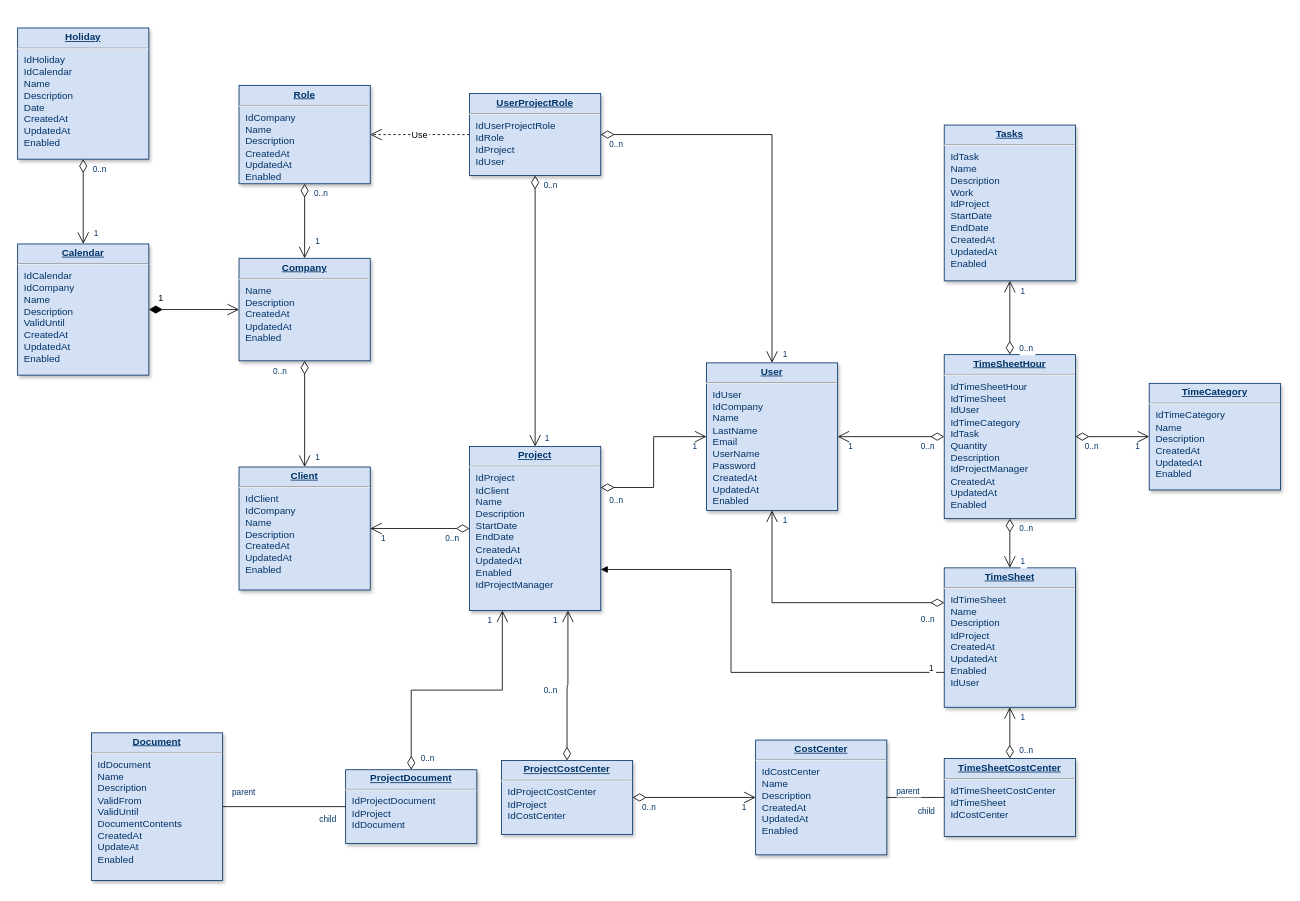
Above: subscription-system/Claudio Ricardo show ERD.drawio in felipe-campanhol/Node-React (draw.io), before the change. Source tidied: cells renumbered, new cells numbered last; positions are measured from the earlier drawing's top-left corner, leaving out a move shared by most shapes. Both pictures are drawn from the tidied source at 82%, with x=0, y=0 at pixel (17, 28).
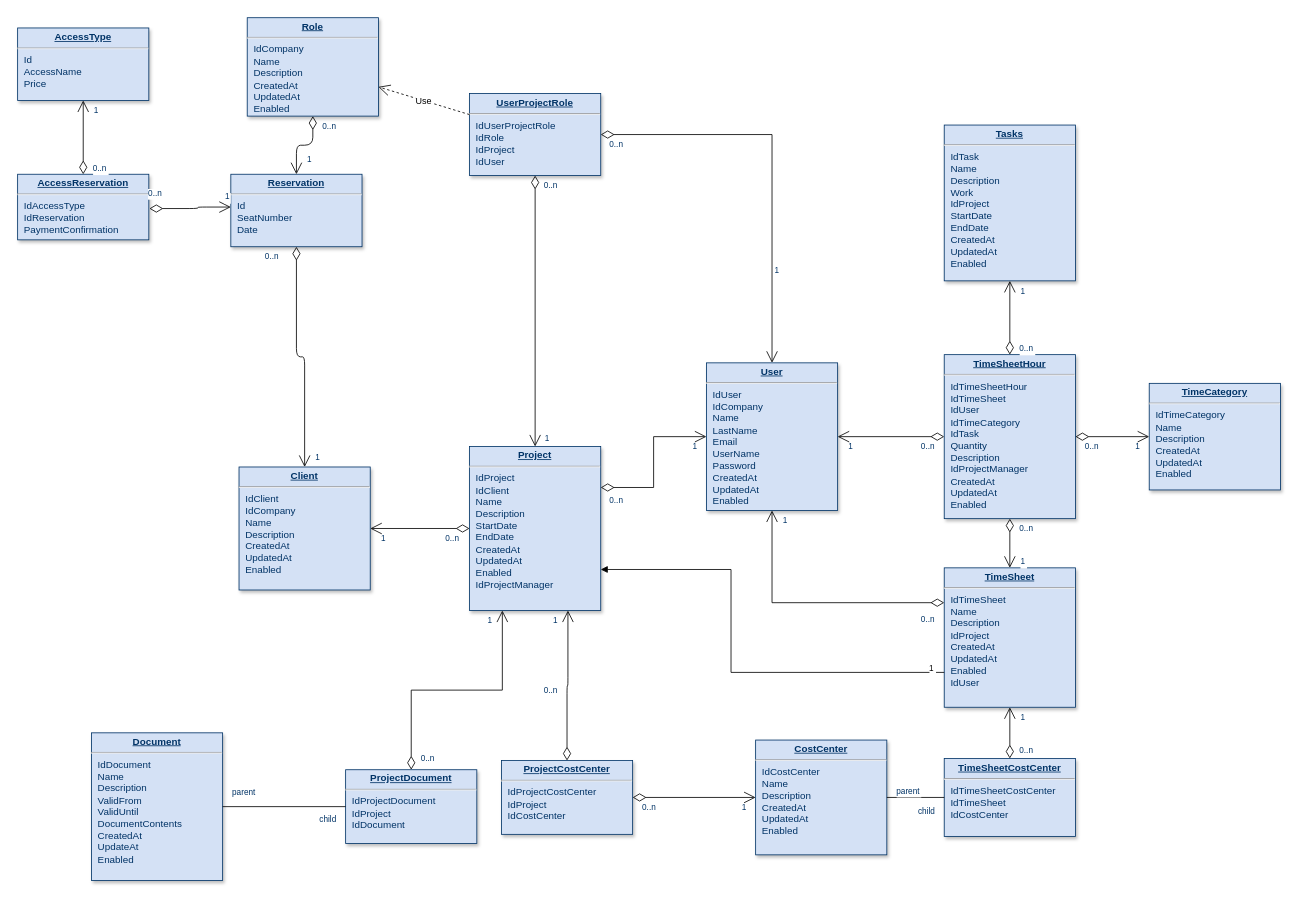
Above is the later version.

Unchanged cells that the change refers to:
```xml
<mxCell id="22" style="endArrow=open;endSize=12;startArrow=diamondThin;startSize=14;startFill=0;edgeStyle=orthogonalEdgeStyle;rounded=0;" parent="1" edge="1" source="6" target="5">
  <mxGeometry x="519.4" y="180" as="geometry" />
</mxCell>
```

Change to the diagram source:
```diff
@@
     <mxCell id="2" value="&lt;p style=&quot;margin: 0px; margin-top: 4px; text-align: center; text-decoration: underline;&quot;&gt;&lt;strong&gt;Role&lt;/strong&gt;&lt;/p&gt;&lt;hr /&gt;&lt;p style=&quot;margin: 0px; margin-left: 8px;&quot;&gt;IdCompany&lt;br /&gt;Name&lt;/p&gt;&lt;p style=&quot;margin: 0px; margin-left: 8px;&quot;&gt;Description&lt;/p&gt;&lt;p style=&quot;margin: 0px; margin-left: 8px;&quot;&gt;CreatedAt&lt;/p&gt;&lt;p style=&quot;margin: 0px; margin-left: 8px;&quot;&gt;UpdatedAt&lt;/p&gt;&lt;p style=&quot;margin: 0px; margin-left: 8px;&quot;&gt;Enabled&lt;/p&gt;" style="verticalAlign=top;align=left;overflow=fill;fontSize=12;fontFamily=Helvetica;html=1;strokeColor=#003366;shadow=1;fillColor=#D4E1F5;fontColor=#003366;" parent="1" vertex="1">
-      <mxGeometry x="270" y="69.6" width="160" height="120" as="geometry" />
+      <mxGeometry x="280" y="-12.9" width="160" height="120" as="geometry" />
     </mxCell>
-    <mxCell id="3" value="&lt;p style=&quot;margin: 0px; margin-top: 4px; text-align: center; text-decoration: underline;&quot;&gt;&lt;strong&gt;Company&lt;/strong&gt;&lt;/p&gt;&lt;hr /&gt;&lt;p style=&quot;margin: 0px; margin-left: 8px;&quot;&gt;Name&lt;/p&gt;&lt;p style=&quot;margin: 0px; margin-left: 8px;&quot;&gt;Description&lt;/p&gt;&lt;p style=&quot;margin: 0px; margin-left: 8px;&quot;&gt;CreatedAt&lt;/p&gt;&lt;p style=&quot;margin: 0px; margin-left: 8px;&quot;&gt;UpdatedAt&lt;/p&gt;&lt;p style=&quot;margin: 0px; margin-left: 8px;&quot;&gt;Enabled&lt;/p&gt;" style="verticalAlign=top;align=left;overflow=fill;fontSize=12;fontFamily=Helvetica;html=1;strokeColor=#003366;shadow=1;fillColor=#D4E1F5;fontColor=#003366;" parent="1" vertex="1">
-      <mxGeometry x="270" y="280.5" width="160" height="125" as="geometry" />
+    <mxCell id="3" value="&lt;p style=&quot;margin: 0px ; margin-top: 4px ; text-align: center ; text-decoration: underline&quot;&gt;&lt;strong&gt;Reservation&lt;/strong&gt;&lt;/p&gt;&lt;hr&gt;&lt;p style=&quot;margin: 0px ; margin-left: 8px&quot;&gt;Id&lt;/p&gt;&lt;p style=&quot;margin: 0px ; margin-left: 8px&quot;&gt;SeatNumber&lt;/p&gt;&lt;p style=&quot;margin: 0px ; margin-left: 8px&quot;&gt;Date&lt;/p&gt;" style="verticalAlign=top;align=left;overflow=fill;fontSize=12;fontFamily=Helvetica;html=1;strokeColor=#003366;shadow=1;fillColor=#D4E1F5;fontColor=#003366;" parent="1" vertex="1">
+      <mxGeometry x="260" y="178" width="160" height="88.4" as="geometry" />
     </mxCell>
-    <mxCell id="4" value="&lt;p style=&quot;margin: 0px; margin-top: 4px; text-align: center; text-decoration: underline;&quot;&gt;&lt;strong&gt;Calendar&lt;/strong&gt;&lt;/p&gt;&lt;hr /&gt;&lt;p style=&quot;margin: 0px; margin-left: 8px;&quot;&gt;IdCalendar&lt;/p&gt;&lt;p style=&quot;margin: 0px; margin-left: 8px;&quot;&gt;IdCompany&lt;/p&gt;&lt;p style=&quot;margin: 0px; margin-left: 8px;&quot;&gt;Name&lt;/p&gt;&lt;p style=&quot;margin: 0px; margin-left: 8px;&quot;&gt;Description&lt;/p&gt;&lt;p style=&quot;margin: 0px; margin-left: 8px;&quot;&gt;ValidUntil&lt;/p&gt;&lt;p style=&quot;margin: 0px; margin-left: 8px;&quot;&gt;CreatedAt&lt;/p&gt;&lt;p style=&quot;margin: 0px; margin-left: 8px;&quot;&gt;UpdatedAt&lt;/p&gt;&lt;p style=&quot;margin: 0px; margin-left: 8px;&quot;&gt;Enabled&lt;/p&gt;" style="verticalAlign=top;align=left;overflow=fill;fontSize=12;fontFamily=Helvetica;html=1;strokeColor=#003366;shadow=1;fillColor=#D4E1F5;fontColor=#003366;" parent="1" vertex="1">
-      <mxGeometry y="263" width="160" height="160" as="geometry" />
+    <mxCell id="4" value="&lt;p style=&quot;margin: 0px ; margin-top: 4px ; text-align: center ; text-decoration: underline&quot;&gt;&lt;strong&gt;AccessReservation&lt;/strong&gt;&lt;/p&gt;&lt;hr&gt;&lt;p style=&quot;margin: 0px ; margin-left: 8px&quot;&gt;&lt;span&gt;IdAccessType&lt;/span&gt;&lt;br&gt;&lt;/p&gt;&lt;p style=&quot;margin: 0px ; margin-left: 8px&quot;&gt;IdReservation&lt;/p&gt;&lt;p style=&quot;margin: 0px ; margin-left: 8px&quot;&gt;PaymentConfirmation&lt;/p&gt;&lt;p style=&quot;margin: 0px ; margin-left: 8px&quot;&gt;&lt;br&gt;&lt;/p&gt;" style="verticalAlign=top;align=left;overflow=fill;fontSize=12;fontFamily=Helvetica;html=1;strokeColor=#003366;shadow=1;fillColor=#D4E1F5;fontColor=#003366;" parent="1" vertex="1">
+      <mxGeometry y="178" width="160" height="80" as="geometry" />
     </mxCell>
@@
-    <mxCell id="8" value="&lt;p style=&quot;margin: 0px; margin-top: 4px; text-align: center; text-decoration: underline;&quot;&gt;&lt;strong&gt;Holiday&lt;/strong&gt;&lt;/p&gt;&lt;hr /&gt;&lt;p style=&quot;margin: 0px; margin-left: 8px;&quot;&gt;IdHoliday&lt;/p&gt;&lt;p style=&quot;margin: 0px; margin-left: 8px;&quot;&gt;IdCalendar&lt;/p&gt;&lt;p style=&quot;margin: 0px; margin-left: 8px;&quot;&gt;Name&lt;/p&gt;&lt;p style=&quot;margin: 0px; margin-left: 8px;&quot;&gt;Description&lt;/p&gt;&lt;p style=&quot;margin: 0px; margin-left: 8px;&quot;&gt;Date&lt;/p&gt;&lt;p style=&quot;margin: 0px; margin-left: 8px;&quot;&gt;CreatedAt&lt;/p&gt;&lt;p style=&quot;margin: 0px; margin-left: 8px;&quot;&gt;UpdatedAt&lt;/p&gt;&lt;p style=&quot;margin: 0px; margin-left: 8px;&quot;&gt;Enabled&lt;/p&gt;" style="verticalAlign=top;align=left;overflow=fill;fontSize=12;fontFamily=Helvetica;html=1;strokeColor=#003366;shadow=1;fillColor=#D4E1F5;fontColor=#003366;" parent="1" vertex="1">
-      <mxGeometry y="-0.4" width="160" height="160" as="geometry" />
+    <mxCell id="8" value="&lt;p style=&quot;margin: 0px ; margin-top: 4px ; text-align: center ; text-decoration: underline&quot;&gt;&lt;strong&gt;AccessType&lt;/strong&gt;&lt;/p&gt;&lt;hr&gt;&lt;p style=&quot;margin: 0px ; margin-left: 8px&quot;&gt;Id&lt;/p&gt;&lt;p style=&quot;margin: 0px ; margin-left: 8px&quot;&gt;&lt;span&gt;AccessName&lt;/span&gt;&lt;/p&gt;&lt;p style=&quot;margin: 0px ; margin-left: 8px&quot;&gt;Price&lt;/p&gt;&lt;p style=&quot;margin: 0px ; margin-left: 8px&quot;&gt;&lt;br&gt;&lt;/p&gt;" style="verticalAlign=top;align=left;overflow=fill;fontSize=12;fontFamily=Helvetica;html=1;strokeColor=#003366;shadow=1;fillColor=#D4E1F5;fontColor=#003366;" parent="1" vertex="1">
+      <mxGeometry y="-0.4" width="160" height="88.4" as="geometry" />
     </mxCell>
@@
     <mxCell id="19" style="endArrow=open;endSize=12;startArrow=diamondThin;startSize=14;startFill=0;edgeStyle=orthogonalEdgeStyle;" parent="1" edge="1" source="2" target="3">
-      <mxGeometry y="160" as="geometry" />
+      <mxGeometry x="10" y="77.5" as="geometry" />
     </mxCell>
@@
     <mxCell id="24" value="1" style="align=right;verticalAlign=top;labelBackgroundColor=#ffffff;fontSize=10;strokeColor=#003366;shadow=1;fillColor=#D4E1F5;fontColor=#003366;" parent="22" vertex="1">
       <mxGeometry x="1" relative="1" as="geometry">
-        <mxPoint x="-550" y="-160" as="offset" />
+        <mxPoint x="-560" y="-260" as="offset" />
       </mxGeometry>
     </mxCell>
@@
-    <mxCell id="61" style="endArrow=open;endSize=12;startArrow=diamondThin;startSize=14;startFill=0;edgeStyle=orthogonalEdgeStyle;" parent="1" edge="1" source="8" target="4">
+    <mxCell id="61" style="endArrow=open;endSize=12;startArrow=diamondThin;startSize=14;startFill=0;edgeStyle=orthogonalEdgeStyle;entryX=0.5;entryY=1;entryDx=0;entryDy=0;exitX=0.5;exitY=0;exitDx=0;exitDy=0;" parent="1" edge="1" source="4" target="8">
       <mxGeometry x="620" y="340" as="geometry" />
     </mxCell>
     <mxCell id="62" value="0..n" style="align=left;verticalAlign=top;labelBackgroundColor=#ffffff;fontSize=10;strokeColor=#003366;shadow=1;fillColor=#D4E1F5;fontColor=#003366;" parent="61" vertex="1">
       <mxGeometry x="-1" relative="1" as="geometry">
-        <mxPoint x="10" as="offset" />
+        <mxPoint x="10" y="-20" as="offset" />
       </mxGeometry>
     </mxCell>
     <mxCell id="63" value="1" style="align=right;verticalAlign=top;labelBackgroundColor=#ffffff;fontSize=10;strokeColor=#003366;shadow=1;fillColor=#D4E1F5;fontColor=#003366;" parent="61" vertex="1">
       <mxGeometry x="1" relative="1" as="geometry">
-        <mxPoint x="20" y="-25" as="offset" />
+        <mxPoint x="20" as="offset" />
       </mxGeometry>
     </mxCell>
@@
-    <mxCell id="68" value="1" style="endArrow=open;endSize=12;startArrow=diamondThin;startSize=14;startFill=1;edgeStyle=orthogonalEdgeStyle;align=left;verticalAlign=bottom;" parent="1" edge="1" source="4" target="3">
-      <mxGeometry x="-0.82" y="5" relative="1" as="geometry" />
-    </mxCell>
@@
+    <mxCell id="77" style="endArrow=open;endSize=12;startArrow=diamondThin;startSize=14;startFill=0;edgeStyle=orthogonalEdgeStyle;exitX=1.004;exitY=0.523;exitDx=0;exitDy=0;exitPerimeter=0;" parent="1" edge="1" source="4">
+      <mxGeometry x="760" y="490" as="geometry">
+        <mxPoint x="260" y="218" as="targetPoint" />
+        <Array as="points">
+          <mxPoint x="220" y="220" />
+          <mxPoint x="220" y="218" />
+        </Array>
+      </mxGeometry>
+    </mxCell>
+    <mxCell id="78" value="0..n" style="align=left;verticalAlign=top;labelBackgroundColor=#ffffff;fontSize=10;strokeColor=#003366;shadow=1;fillColor=#D4E1F5;fontColor=#003366;" parent="77" vertex="1">
+      <mxGeometry x="-1" relative="1" as="geometry">
+        <mxPoint x="-3" y="-31" as="offset" />
+      </mxGeometry>
+    </mxCell>
+    <mxCell id="68" value="1" style="align=right;verticalAlign=top;labelBackgroundColor=#ffffff;fontSize=10;strokeColor=#003366;shadow=1;fillColor=#D4E1F5;fontColor=#003366;" parent="77" vertex="1">
+      <mxGeometry x="1" relative="1" as="geometry">
+        <mxPoint y="-25" as="offset" />
+      </mxGeometry>
+    </mxCell>
```
